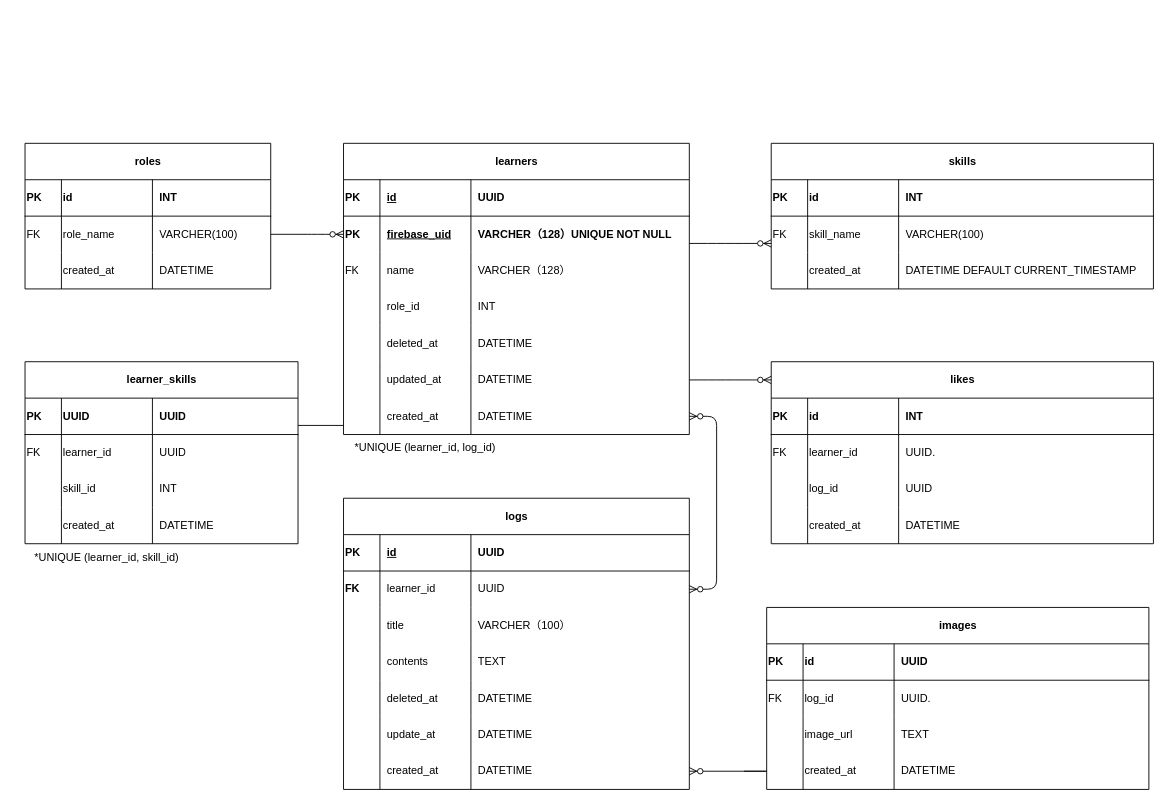
ERIKOABE-hub/Logddy keeps this draw.io diagram as docs/.drawio. Above is the earlier version. Source tidied: cells renumbered, new cells numbered last; positions are measured from the earlier drawing's top-left corner, leaving out a move shared by most shapes. Both pictures are drawn from the tidied source at 91%, with x=0, y=0 at pixel (15, 15).
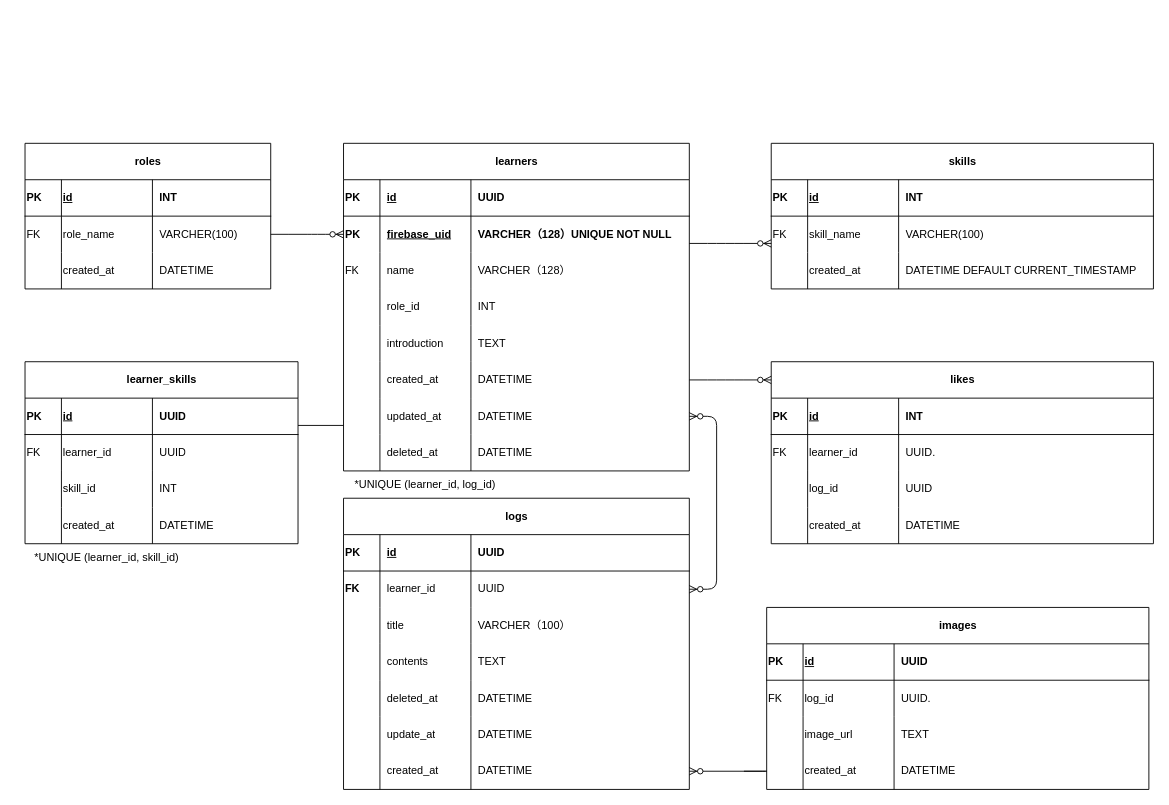
After the change.

Commit message:
add: learnersテーブルにintroductionカラムを追加

Unchanged cells that the change refers to:
```xml
<mxCell id="4" style="shape=tableRow;horizontal=0;startSize=0;swimlaneHead=0;swimlaneBody=0;fillColor=none;top=0;left=0;right=0;bottom=1;fontColor=#000000;fontFamily=Helvetica;align=left;" parent="3" vertex="1">
  <mxGeometry y="40" width="270" height="40" as="geometry" />
</mxCell>
<mxCell id="33" style="shape=tableRow;horizontal=0;startSize=0;swimlaneHead=0;swimlaneBody=0;fillColor=none;top=0;left=0;right=0;bottom=0;fontFamily=Helvetica;align=left;" parent="16" vertex="1">
  <mxGeometry y="200" width="380" height="40" as="geometry" />
</mxCell>
<mxCell id="37" style="shape=tableRow;horizontal=0;startSize=0;swimlaneHead=0;swimlaneBody=0;fillColor=none;points=[[0,0.5],[1,0.5]];portConstraint=eastwest;top=0;left=0;right=0;bottom=0;fontFamily=Helvetica;align=left;" parent="16" vertex="1">
  <mxGeometry y="240" width="380" height="40" as="geometry" />
</mxCell>
<mxCell id="41" style="shape=tableRow;horizontal=0;startSize=0;swimlaneHead=0;swimlaneBody=0;fillColor=none;points=[[0,0.5],[1,0.5]];portConstraint=eastwest;top=0;left=0;right=0;bottom=0;fontFamily=Helvetica;align=left;" parent="16" vertex="1">
  <mxGeometry y="280" width="380" height="40" as="geometry" />
</mxCell>
<mxCell id="46" style="shape=tableRow;horizontal=0;startSize=0;swimlaneHead=0;swimlaneBody=0;fillColor=none;top=0;left=0;right=0;bottom=1;fontColor=#000000;fontFamily=Helvetica;align=left;" parent="45" vertex="1">
  <mxGeometry y="40" width="420" height="40" as="geometry" />
</mxCell>
<mxCell id="88" style="shape=tableRow;horizontal=0;startSize=0;swimlaneHead=0;swimlaneBody=0;fillColor=none;top=0;left=0;right=0;bottom=1;fontColor=#000000;fontFamily=Helvetica;align=left;" parent="87" vertex="1">
  <mxGeometry y="40" width="420" height="40" as="geometry" />
</mxCell>
<mxCell id="105" style="shape=tableRow;horizontal=0;startSize=0;swimlaneHead=0;swimlaneBody=0;fillColor=none;top=0;left=0;right=0;bottom=1;fontColor=#000000;fontFamily=Helvetica;align=left;" parent="104" vertex="1">
  <mxGeometry y="40" width="420" height="40" as="geometry" />
</mxCell>
<mxCell id="127" style="shape=tableRow;horizontal=0;startSize=0;swimlaneHead=0;swimlaneBody=0;fillColor=none;top=0;left=0;right=0;bottom=1;fontColor=#000000;fontFamily=Helvetica;align=left;" parent="126" vertex="1">
  <mxGeometry y="40" width="300" height="40" as="geometry" />
</mxCell>
```

What changed in the source:
```diff
@@
-    <mxCell id="6" value="id" style="shape=partialRectangle;fillColor=none;top=0;left=0;bottom=0;right=0;fontStyle=1;overflow=hidden;whiteSpace=wrap;html=1;align=left;fontColor=#000000;fontFamily=Helvetica;" parent="4" vertex="1">
+    <mxCell id="6" value="&lt;u&gt;id&lt;/u&gt;" style="shape=partialRectangle;fillColor=none;top=0;left=0;bottom=0;right=0;fontStyle=1;overflow=hidden;whiteSpace=wrap;html=1;align=left;fontColor=#000000;fontFamily=Helvetica;" parent="4" vertex="1">
       <mxGeometry x="40" width="100" height="40" as="geometry" />
     </mxCell>
@@
     <mxCell id="16" value="learners" style="shape=table;startSize=40;childLayout=tableLayout;rowLines=0;fontStyle=1;align=center;html=1;fontFamily=Helvetica;" parent="1" vertex="1">
-      <mxGeometry x="360" y="140" width="380" height="320" as="geometry" />
+      <mxGeometry x="360" y="140" width="380" height="360" as="geometry" />
     </mxCell>
@@
-    <mxCell id="35" value="deleted_at" style="shape=partialRectangle;fillColor=none;top=0;left=0;bottom=0;right=0;align=left;spacingLeft=6;overflow=hidden;whiteSpace=wrap;html=1;fontFamily=Helvetica;" parent="33" vertex="1">
+    <mxCell id="35" value="introduction" style="shape=partialRectangle;fillColor=none;top=0;left=0;bottom=0;right=0;align=left;spacingLeft=6;overflow=hidden;whiteSpace=wrap;html=1;fontFamily=Helvetica;" parent="33" vertex="1">
       <mxGeometry x="40" width="100" height="40" as="geometry" />
     </mxCell>
-    <mxCell id="36" value="DATETIME" style="shape=partialRectangle;fillColor=none;top=0;left=0;bottom=0;right=0;align=left;spacingLeft=6;overflow=hidden;whiteSpace=wrap;html=1;fontFamily=Helvetica;" parent="33" vertex="1">
+    <mxCell id="36" value="TEXT" style="shape=partialRectangle;fillColor=none;top=0;left=0;bottom=0;right=0;align=left;spacingLeft=6;overflow=hidden;whiteSpace=wrap;html=1;fontFamily=Helvetica;" parent="33" vertex="1">
       <mxGeometry x="140" width="240" height="40" as="geometry" />
     </mxCell>
@@
-    <mxCell id="39" value="updated_at" style="shape=partialRectangle;fillColor=none;top=0;left=0;bottom=0;right=0;align=left;spacingLeft=6;overflow=hidden;whiteSpace=wrap;html=1;fontFamily=Helvetica;" parent="37" vertex="1">
+    <mxCell id="39" value="created_at" style="shape=partialRectangle;fillColor=none;top=0;left=0;bottom=0;right=0;align=left;spacingLeft=6;overflow=hidden;whiteSpace=wrap;html=1;fontFamily=Helvetica;" parent="37" vertex="1">
       <mxGeometry x="40" width="100" height="40" as="geometry" />
     </mxCell>
@@
-    <mxCell id="43" value="created_at" style="shape=partialRectangle;fillColor=none;top=0;left=0;bottom=0;right=0;align=left;spacingLeft=6;overflow=hidden;whiteSpace=wrap;html=1;fontFamily=Helvetica;" parent="41" vertex="1">
+    <mxCell id="43" value="updated_at" style="shape=partialRectangle;fillColor=none;top=0;left=0;bottom=0;right=0;align=left;spacingLeft=6;overflow=hidden;whiteSpace=wrap;html=1;fontFamily=Helvetica;" parent="41" vertex="1">
       <mxGeometry x="40" width="100" height="40" as="geometry" />
     </mxCell>
@@
-    <mxCell id="48" value="id" style="shape=partialRectangle;fillColor=none;top=0;left=0;bottom=0;right=0;fontStyle=1;overflow=hidden;whiteSpace=wrap;html=1;align=left;fontColor=#000000;fontFamily=Helvetica;" parent="46" vertex="1">
+    <mxCell id="48" value="&lt;u&gt;id&lt;/u&gt;" style="shape=partialRectangle;fillColor=none;top=0;left=0;bottom=0;right=0;fontStyle=1;overflow=hidden;whiteSpace=wrap;html=1;align=left;fontColor=#000000;fontFamily=Helvetica;" parent="46" vertex="1">
       <mxGeometry x="40" width="100" height="40" as="geometry" />
     </mxCell>
@@
-    <mxCell id="90" value="id" style="shape=partialRectangle;fillColor=none;top=0;left=0;bottom=0;right=0;fontStyle=1;overflow=hidden;whiteSpace=wrap;html=1;align=left;fontColor=#000000;fontFamily=Helvetica;" parent="88" vertex="1">
+    <mxCell id="90" value="&lt;u&gt;id&lt;/u&gt;" style="shape=partialRectangle;fillColor=none;top=0;left=0;bottom=0;right=0;fontStyle=1;overflow=hidden;whiteSpace=wrap;html=1;align=left;fontColor=#000000;fontFamily=Helvetica;" parent="88" vertex="1">
       <mxGeometry x="40" width="100" height="40" as="geometry" />
     </mxCell>
@@
-    <mxCell id="107" value="id" style="shape=partialRectangle;fillColor=none;top=0;left=0;bottom=0;right=0;fontStyle=1;overflow=hidden;whiteSpace=wrap;html=1;align=left;fontColor=#000000;fontFamily=Helvetica;" parent="105" vertex="1">
+    <mxCell id="107" value="&lt;u&gt;id&lt;/u&gt;" style="shape=partialRectangle;fillColor=none;top=0;left=0;bottom=0;right=0;fontStyle=1;overflow=hidden;whiteSpace=wrap;html=1;align=left;fontColor=#000000;fontFamily=Helvetica;" parent="105" vertex="1">
       <mxGeometry x="40" width="100" height="40" as="geometry" />
     </mxCell>
@@
-    <mxCell id="129" value="UUID" style="shape=partialRectangle;fillColor=none;top=0;left=0;bottom=0;right=0;fontStyle=1;overflow=hidden;whiteSpace=wrap;html=1;align=left;fontColor=#000000;fontFamily=Helvetica;" parent="127" vertex="1">
+    <mxCell id="129" value="&lt;u&gt;id&lt;/u&gt;" style="shape=partialRectangle;fillColor=none;top=0;left=0;bottom=0;right=0;fontStyle=1;overflow=hidden;whiteSpace=wrap;html=1;align=left;fontColor=#000000;fontFamily=Helvetica;" parent="127" vertex="1">
       <mxGeometry x="40" width="100" height="40" as="geometry" />
     </mxCell>
@@
     <mxCell id="143" value="*UNIQUE (learner_id, log_id)" style="text;html=1;align=center;verticalAlign=middle;whiteSpace=wrap;rounded=0;" parent="1" vertex="1">
-      <mxGeometry x="350" y="460" width="200" height="30" as="geometry" />
+      <mxGeometry x="350" y="500" width="200" height="30" as="geometry" />
     </mxCell>
@@
+    <mxCell id="146" value="DATETIME" style="shape=partialRectangle;fillColor=none;top=0;left=0;bottom=0;right=0;align=left;spacingLeft=6;overflow=hidden;whiteSpace=wrap;html=1;fontFamily=Helvetica;" parent="1" vertex="1">
+      <mxGeometry x="500" y="460" width="240" height="40" as="geometry" />
+    </mxCell>
+    <mxCell id="147" value="deleted_at" style="shape=partialRectangle;fillColor=none;top=0;left=0;bottom=0;right=0;align=left;spacingLeft=6;overflow=hidden;whiteSpace=wrap;html=1;fontFamily=Helvetica;" parent="1" vertex="1">
+      <mxGeometry x="400" y="460" width="100" height="40" as="geometry" />
+    </mxCell>
+    <mxCell id="148" style="endArrow=none;html=1;exitX=0.25;exitY=0;exitDx=0;exitDy=0;" parent="1" edge="1" source="143">
+      <mxGeometry relative="1" as="geometry">
+        <mxPoint x="400" y="460" as="targetPoint" />
+      </mxGeometry>
+    </mxCell>
+    <mxCell id="149" style="endArrow=none;html=1;exitX=0.25;exitY=0;exitDx=0;exitDy=0;" parent="1" edge="1">
+      <mxGeometry relative="1" as="geometry">
+        <mxPoint x="500" y="500" as="sourcePoint" />
+        <mxPoint x="500" y="460" as="targetPoint" />
+      </mxGeometry>
+    </mxCell>
```
